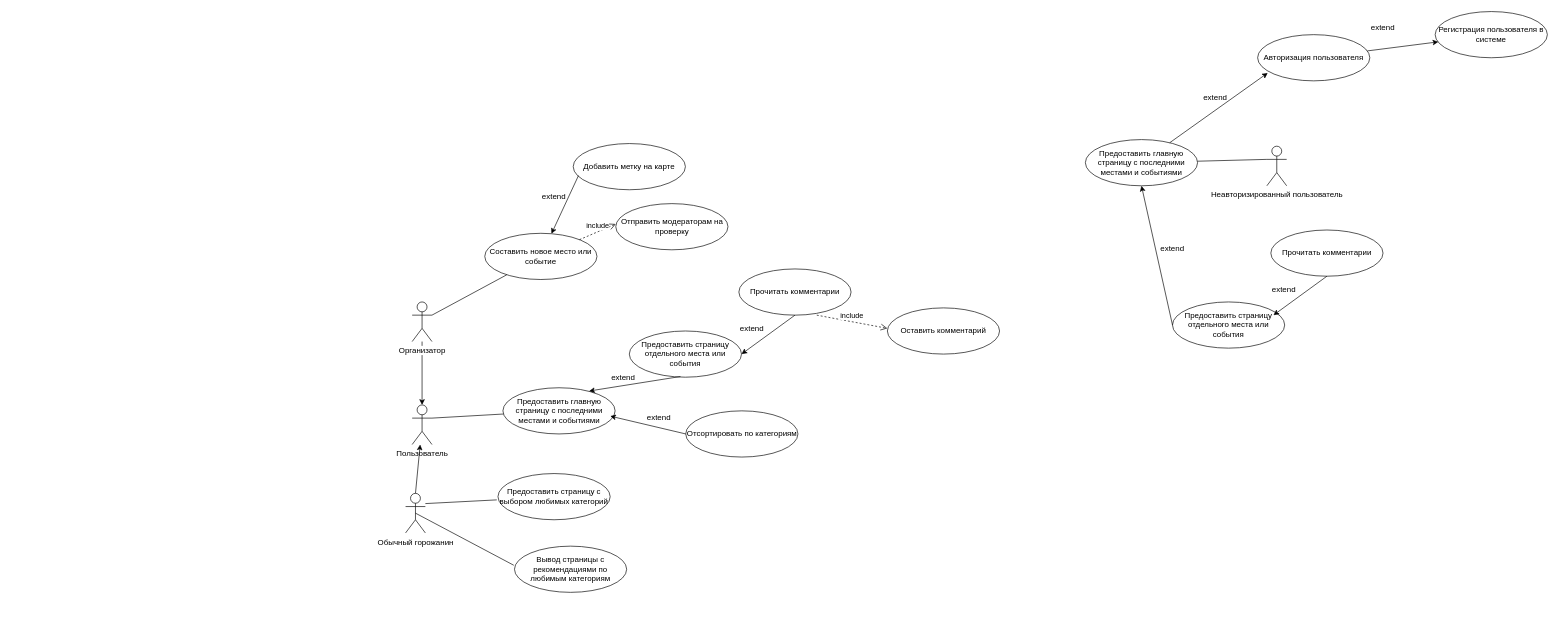
melstr/UML keeps this draw.io diagram as Untitled Diagram.drawio. Above is the earlier version. Source tidied: cells renumbered, new cells numbered last; positions are measured from the earlier drawing's top-left corner, leaving out a move shared by most shapes. Both pictures are drawn from the tidied source at 66%, with x=0, y=0 at pixel (405, 11).
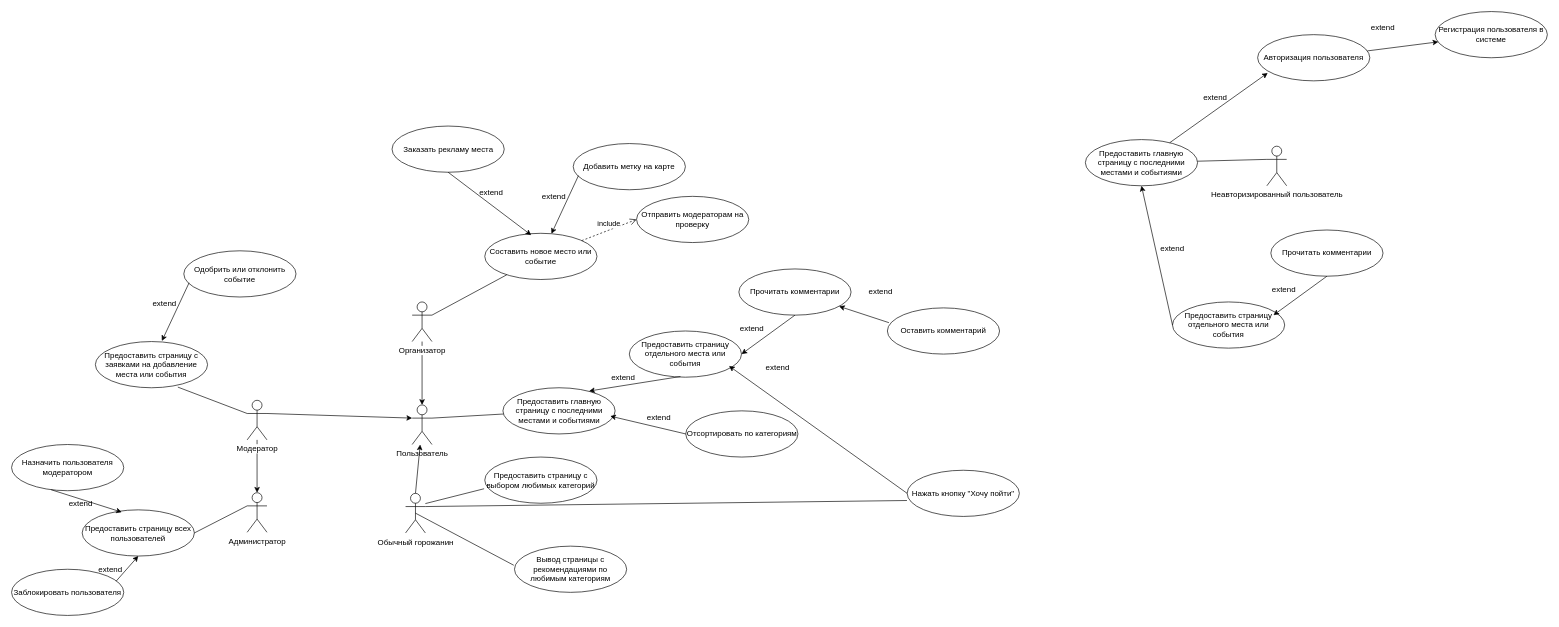
The same page after the edit.

Unchanged cells that the change refers to:
```xml
<mxCell id="2" value="Пользователь" style="shape=umlActor;verticalLabelPosition=bottom;labelBackgroundColor=#ffffff;verticalAlign=top;html=1;outlineConnect=0;" parent="1" vertex="1">
  <mxGeometry x="10" y="596" width="30" height="60" as="geometry" />
</mxCell>
<mxCell id="11" value="Обычный горожанин" style="shape=umlActor;verticalLabelPosition=bottom;labelBackgroundColor=#ffffff;verticalAlign=top;html=1;outlineConnect=0;" parent="1" vertex="1">
  <mxGeometry y="730" width="30" height="60" as="geometry" />
</mxCell>
<mxCell id="18" value="Прочитать комментарии" style="ellipse;whiteSpace=wrap;html=1;fillColor=none;" parent="1" vertex="1">
  <mxGeometry x="505" y="390" width="170" height="70" as="geometry" />
</mxCell>
<mxCell id="33" value="Оставить комментарий" style="ellipse;whiteSpace=wrap;html=1;fillColor=none;" parent="1" vertex="1">
  <mxGeometry x="730" y="449" width="170" height="70" as="geometry" />
</mxCell>
<mxCell id="36" value="Отсортировать по категориям" style="ellipse;whiteSpace=wrap;html=1;fillColor=none;" parent="1" vertex="1">
  <mxGeometry x="424.5" y="605" width="170" height="70" as="geometry" />
</mxCell>
<mxCell id="37" value="Составить новое место или событие" style="ellipse;whiteSpace=wrap;html=1;fillColor=none;" parent="1" vertex="1">
  <mxGeometry x="120" y="336" width="170" height="70" as="geometry" />
</mxCell>
```

Diff of the diagram source:
```diff
@@
-    <mxCell id="13" style="endArrow=none;html=1;exitX=1;exitY=0.3333333333333333;exitDx=0;exitDy=0;exitPerimeter=0;" parent="1" edge="1">
+    <mxCell id="13" style="endArrow=none;html=1;exitX=1;exitY=0.3333333333333333;exitDx=0;exitDy=0;exitPerimeter=0;entryX=-0.006;entryY=0.686;entryDx=0;entryDy=0;entryPerimeter=0;" parent="1" edge="1" target="14">
       <mxGeometry relative="1" as="geometry">
         <mxPoint x="30" y="745.5" as="sourcePoint" />
-        <mxPoint x="138.2" y="739.9" as="targetPoint" />
       </mxGeometry>
     </mxCell>
     <mxCell id="14" value="Предоставить страницу с выбором любимых категорий" style="ellipse;whiteSpace=wrap;html=1;fillColor=none;" parent="1" vertex="1">
-      <mxGeometry x="140" y="700" width="170" height="70" as="geometry" />
+      <mxGeometry x="120" y="675" width="170" height="70" as="geometry" />
     </mxCell>
@@
-    <mxCell id="32" value="include" style="html=1;verticalAlign=bottom;endArrow=open;dashed=1;endSize=8;exitX=0.5;exitY=1;exitDx=0;exitDy=0;" parent="1" edge="1">
-      <mxGeometry relative="1" as="geometry">
-        <mxPoint x="623" y="460" as="sourcePoint" />
-        <mxPoint x="730" y="480" as="targetPoint" />
-      </mxGeometry>
-    </mxCell>
@@
-    <mxCell id="39" value="include" style="html=1;verticalAlign=bottom;endArrow=open;dashed=1;endSize=8;" parent="1" edge="1" source="37">
-      <mxGeometry relative="1" as="geometry">
-        <mxPoint x="318.5" y="322" as="targetPoint" />
-      </mxGeometry>
+    <mxCell id="39" value="include" style="html=1;verticalAlign=bottom;endArrow=open;dashed=1;endSize=8;entryX=0;entryY=0.5;entryDx=0;entryDy=0;" parent="1" edge="1" source="37" target="40">
+      <mxGeometry relative="1" as="geometry" />
     </mxCell>
     <mxCell id="40" value="Отправить модераторам на проверку" style="ellipse;whiteSpace=wrap;html=1;fillColor=none;" parent="1" vertex="1">
-      <mxGeometry x="318.5" y="291" width="170" height="70" as="geometry" />
+      <mxGeometry x="350" y="280" width="170" height="70" as="geometry" />
     </mxCell>
-    <mxCell id="41" style="endArrow=classic;html=1;exitX=0;exitY=0.5;exitDx=0;exitDy=0;entryX=0.768;entryY=0.071;entryDx=0;entryDy=0;entryPerimeter=0;" parent="1" edge="1" source="36">
+    <mxCell id="41" style="endArrow=classic;html=1;exitX=0;exitY=0.5;exitDx=0;exitDy=0;entryX=0.768;entryY=0.071;entryDx=0;entryDy=0;entryPerimeter=0;fixDash=0;" parent="1" edge="1" source="36">
       <mxGeometry relative="1" as="geometry">
         <mxPoint x="310.1" y="613" as="targetPoint" />
       </mxGeometry>
     </mxCell>
@@
+    <mxCell id="46" style="endArrow=classic;html=1;exitX=0.014;exitY=0.32;exitDx=0;exitDy=0;exitPerimeter=0;" parent="1" edge="1" source="33" target="18">
+      <mxGeometry relative="1" as="geometry" />
+    </mxCell>
+    <mxCell id="47" value="extend" style="text;html=1;strokeColor=none;fillColor=none;align=center;verticalAlign=middle;whiteSpace=wrap;rounded=0;" parent="1" vertex="1">
+      <mxGeometry x="700" y="415" width="40" height="20" as="geometry" />
+    </mxCell>
+    <mxCell id="48" value="Нажать кнопку &quot;Хочу пойти&quot;" style="ellipse;whiteSpace=wrap;html=1;fillColor=none;" parent="1" vertex="1">
+      <mxGeometry x="760" y="695" width="170" height="70" as="geometry" />
+    </mxCell>
+    <mxCell id="49" style="endArrow=classic;html=1;exitX=0;exitY=0.5;exitDx=0;exitDy=0;entryX=0.768;entryY=0.071;entryDx=0;entryDy=0;entryPerimeter=0;fixDash=0;" parent="1" edge="1" source="48">
+      <mxGeometry relative="1" as="geometry">
+        <mxPoint x="490.1" y="537" as="targetPoint" />
+      </mxGeometry>
+    </mxCell>
+    <mxCell id="50" value="extend" style="text;html=1;strokeColor=none;fillColor=none;align=center;verticalAlign=middle;whiteSpace=wrap;rounded=0;" parent="1" vertex="1">
+      <mxGeometry x="543.5" y="529" width="40" height="20" as="geometry" />
+    </mxCell>
+    <mxCell id="51" style="edgeStyle=orthogonalEdgeStyle;rounded=0;jettySize=auto;html=1;" parent="1" edge="1" source="52" target="53">
+      <mxGeometry relative="1" as="geometry" />
+    </mxCell>
+    <mxCell id="52" value="Модератор" style="shape=umlActor;verticalLabelPosition=bottom;labelBackgroundColor=#ffffff;verticalAlign=top;html=1;outlineConnect=0;" parent="1" vertex="1">
+      <mxGeometry x="-240" y="589" width="30" height="60" as="geometry" />
+    </mxCell>
+    <mxCell id="53" value="Администратор" style="shape=umlActor;verticalLabelPosition=bottom;labelBackgroundColor=#ffffff;verticalAlign=top;html=1;outlineConnect=0;" parent="1" vertex="1">
+      <mxGeometry x="-240" y="729" width="30" height="60" as="geometry" />
+    </mxCell>
+    <mxCell id="54" style="endArrow=classic;html=1;exitX=1;exitY=0.3333333333333333;exitDx=0;exitDy=0;exitPerimeter=0;entryX=0;entryY=0.3333333333333333;entryDx=0;entryDy=0;entryPerimeter=0;" parent="1" edge="1" source="52" target="2">
+      <mxGeometry relative="1" as="geometry" />
+    </mxCell>
+    <mxCell id="55" value="Заказать рекламу места" style="ellipse;whiteSpace=wrap;html=1;fillColor=none;" parent="1" vertex="1">
+      <mxGeometry x="-20.5" y="173.5" width="170" height="70" as="geometry" />
+    </mxCell>
+    <mxCell id="56" value="extend" style="text;html=1;strokeColor=none;fillColor=none;align=center;verticalAlign=middle;whiteSpace=wrap;rounded=0;" parent="1" vertex="1">
+      <mxGeometry x="109.5" y="264" width="40" height="20" as="geometry" />
+    </mxCell>
+    <mxCell id="57" style="endArrow=classic;html=1;exitX=0.5;exitY=1;exitDx=0;exitDy=0;entryX=0.414;entryY=0.039;entryDx=0;entryDy=0;entryPerimeter=0;" parent="1" edge="1" source="55" target="37">
+      <mxGeometry relative="1" as="geometry" />
+    </mxCell>
+    <mxCell id="58" style="endArrow=none;html=1;exitX=1;exitY=0.3333333333333333;exitDx=0;exitDy=0;exitPerimeter=0;entryX=-0.002;entryY=0.655;entryDx=0;entryDy=0;entryPerimeter=0;" parent="1" edge="1" source="11" target="48">
+      <mxGeometry relative="1" as="geometry" />
+    </mxCell>
+    <mxCell id="59" value="Предоставить страницу с заявками на добавление места или события" style="ellipse;whiteSpace=wrap;html=1;fillColor=none;" parent="1" vertex="1">
+      <mxGeometry x="-470" y="500" width="170" height="70" as="geometry" />
+    </mxCell>
+    <mxCell id="60" style="endArrow=none;html=1;exitX=0;exitY=0.3333333333333333;exitDx=0;exitDy=0;exitPerimeter=0;entryX=0.735;entryY=0.986;entryDx=0;entryDy=0;entryPerimeter=0;" parent="1" edge="1" source="52" target="59">
+      <mxGeometry relative="1" as="geometry" />
+    </mxCell>
+    <mxCell id="61" value="Одобрить или отклонить событие" style="ellipse;whiteSpace=wrap;html=1;fillColor=none;" parent="1" vertex="1">
+      <mxGeometry x="-336" y="362.5" width="170" height="70" as="geometry" />
+    </mxCell>
+    <mxCell id="62" value="extend" style="text;html=1;strokeColor=none;fillColor=none;align=center;verticalAlign=middle;whiteSpace=wrap;rounded=0;" parent="1" vertex="1">
+      <mxGeometry x="-385" y="432.5" width="40" height="20" as="geometry" />
+    </mxCell>
+    <mxCell id="63" style="endArrow=classic;html=1;exitX=0;exitY=0.5;exitDx=0;exitDy=0;" parent="1" edge="1">
+      <mxGeometry relative="1" as="geometry">
+        <mxPoint x="-328" y="411" as="sourcePoint" />
+        <mxPoint x="-369.2" y="499.1" as="targetPoint" />
+      </mxGeometry>
+    </mxCell>
+    <mxCell id="64" value="Предоставить страницу всех пользователей" style="ellipse;whiteSpace=wrap;html=1;fillColor=none;" parent="1" vertex="1">
+      <mxGeometry x="-490" y="755" width="170" height="70" as="geometry" />
+    </mxCell>
+    <mxCell id="65" style="endArrow=none;html=1;exitX=0;exitY=0.3333333333333333;exitDx=0;exitDy=0;exitPerimeter=0;entryX=1;entryY=0.5;entryDx=0;entryDy=0;" parent="1" edge="1" target="64">
+      <mxGeometry relative="1" as="geometry">
+        <mxPoint x="-240" y="749" as="sourcePoint" />
+      </mxGeometry>
+    </mxCell>
+    <mxCell id="66" value="Заблокировать пользователя" style="ellipse;whiteSpace=wrap;html=1;fillColor=none;" parent="1" vertex="1">
+      <mxGeometry x="-597" y="845" width="170" height="70" as="geometry" />
+    </mxCell>
+    <mxCell id="67" value="Назначить пользователя модератором" style="ellipse;whiteSpace=wrap;html=1;fillColor=none;" parent="1" vertex="1">
+      <mxGeometry x="-597" y="656" width="170" height="70" as="geometry" />
+    </mxCell>
+    <mxCell id="68" value="extend" style="text;html=1;strokeColor=none;fillColor=none;align=center;verticalAlign=middle;whiteSpace=wrap;rounded=0;" parent="1" vertex="1">
+      <mxGeometry x="-512" y="735" width="40" height="20" as="geometry" />
+    </mxCell>
+    <mxCell id="69" style="endArrow=classic;html=1;exitX=0;exitY=0.5;exitDx=0;exitDy=0;entryX=0.5;entryY=0;entryDx=0;entryDy=0;" parent="1" edge="1">
+      <mxGeometry relative="1" as="geometry">
+        <mxPoint x="-537" y="724.5" as="sourcePoint" />
+        <mxPoint x="-430" y="758.5" as="targetPoint" />
+      </mxGeometry>
+    </mxCell>
+    <mxCell id="70" value="extend" style="text;html=1;strokeColor=none;fillColor=none;align=center;verticalAlign=middle;whiteSpace=wrap;rounded=0;" parent="1" vertex="1">
+      <mxGeometry x="-467" y="835" width="40" height="20" as="geometry" />
+    </mxCell>
+    <mxCell id="71" style="endArrow=classic;html=1;exitX=0;exitY=0.5;exitDx=0;exitDy=0;entryX=0.5;entryY=1;entryDx=0;entryDy=0;" parent="1" edge="1" target="64">
+      <mxGeometry relative="1" as="geometry">
+        <mxPoint x="-438.5" y="863" as="sourcePoint" />
+      </mxGeometry>
+    </mxCell>
```
